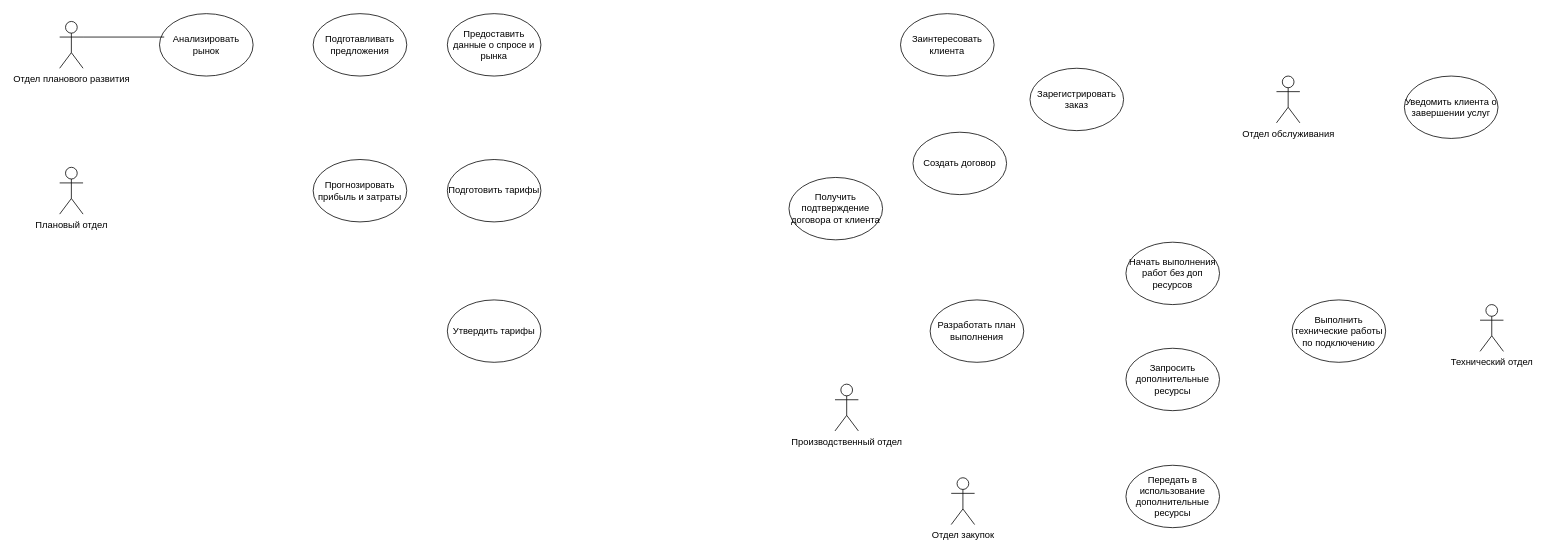
This is tpiwslab2.drawio from Alexander-Bankov/draw, a draw.io file, before an edit. Source tidied: cells renumbered, new cells numbered last; positions are measured from the earlier drawing's top-left corner, leaving out a move shared by most shapes. Both pictures are drawn from the tidied source at 78%, with x=0, y=0 at pixel (59, 13).
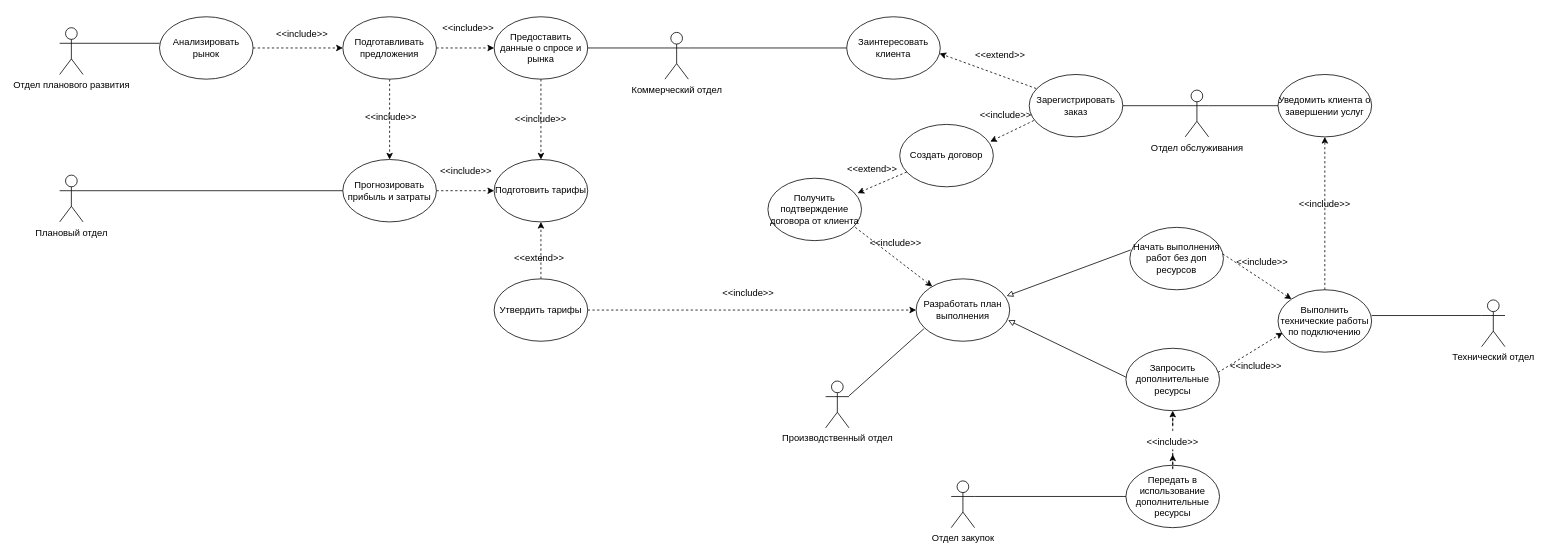
The same diagram, later.

The change refers to these unchanged cells:
```xml
<mxCell id="22" value="Запросить дополнительные ресурсы" style="ellipse;whiteSpace=wrap;html=1;" parent="1" vertex="1">
  <mxGeometry x="1367" y="429" width="120" height="80" as="geometry" />
</mxCell>
<mxCell id="23" value="Передать в использование дополнительные ресурсы" style="ellipse;whiteSpace=wrap;html=1;" parent="1" vertex="1">
  <mxGeometry x="1367" y="579" width="120" height="80" as="geometry" />
</mxCell>
```

Diff of the diagram source:
```diff
@@
     <mxCell id="2" value="Отдел планового развития" style="shape=umlActor;verticalLabelPosition=bottom;verticalAlign=top;html=1;strokeColor=default;labelPosition=center;align=center;" parent="1" vertex="1">
-      <mxGeometry y="10" width="30" height="60" as="geometry" />
+      <mxGeometry y="18" width="30" height="60" as="geometry" />
     </mxCell>
     <mxCell id="3" value="Плановый отдел&lt;div&gt;&lt;br&gt;&lt;/div&gt;" style="shape=umlActor;verticalLabelPosition=bottom;verticalAlign=top;html=1;" parent="1" vertex="1">
-      <mxGeometry y="197" width="30" height="60" as="geometry" />
+      <mxGeometry y="207" width="30" height="60" as="geometry" />
     </mxCell>
     <mxCell id="4" value="Производственный отдел" style="shape=umlActor;verticalLabelPosition=bottom;verticalAlign=top;html=1;" parent="1" vertex="1">
-      <mxGeometry x="994" y="475" width="30" height="60" as="geometry" />
+      <mxGeometry x="982" y="471" width="30" height="60" as="geometry" />
     </mxCell>
+    <mxCell id="25" style="edgeStyle=orthogonalEdgeStyle;rounded=0;jettySize=auto;html=1;exitX=1;exitY=0.5;exitDx=0;exitDy=0;entryX=0;entryY=0.5;entryDx=0;entryDy=0;endArrow=classic;startFill=0;endFill=1;dashed=1;" parent="1" edge="1" source="5" target="6">
+      <mxGeometry relative="1" as="geometry" />
+    </mxCell>
     <mxCell id="5" value="Анализировать рынок" style="ellipse;whiteSpace=wrap;html=1;" parent="1" vertex="1">
-      <mxGeometry x="128" width="120" height="80" as="geometry" />
+      <mxGeometry x="128" y="4" width="120" height="80" as="geometry" />
     </mxCell>
+    <mxCell id="26" style="edgeStyle=orthogonalEdgeStyle;rounded=0;jettySize=auto;html=1;exitX=1;exitY=0.5;exitDx=0;exitDy=0;entryX=0;entryY=0.5;entryDx=0;entryDy=0;endArrow=classic;startFill=0;dashed=1;endFill=1;" parent="1" edge="1" source="6" target="7">
+      <mxGeometry relative="1" as="geometry" />
+    </mxCell>
+    <mxCell id="27" style="edgeStyle=orthogonalEdgeStyle;rounded=0;jettySize=auto;html=1;exitX=0.5;exitY=1;exitDx=0;exitDy=0;entryX=0.5;entryY=0;entryDx=0;entryDy=0;dashed=1;" parent="1" edge="1" source="6" target="8">
+      <mxGeometry relative="1" as="geometry" />
+    </mxCell>
     <mxCell id="6" value="Подготавливать предложения" style="ellipse;whiteSpace=wrap;html=1;" parent="1" vertex="1">
-      <mxGeometry x="325" width="120" height="80" as="geometry" />
+      <mxGeometry x="363" y="4" width="120" height="80" as="geometry" />
     </mxCell>
+    <mxCell id="28" style="edgeStyle=orthogonalEdgeStyle;rounded=0;jettySize=auto;html=1;exitX=0.5;exitY=1;exitDx=0;exitDy=0;entryX=0.5;entryY=0;entryDx=0;entryDy=0;dashed=1;" parent="1" edge="1" source="7" target="9">
+      <mxGeometry relative="1" as="geometry" />
+    </mxCell>
     <mxCell id="7" value="Предоставить данные о спросе и рынка" style="ellipse;whiteSpace=wrap;html=1;" parent="1" vertex="1">
-      <mxGeometry x="497" width="120" height="80" as="geometry" />
+      <mxGeometry x="557" y="4" width="120" height="80" as="geometry" />
     </mxCell>
+    <mxCell id="29" style="edgeStyle=orthogonalEdgeStyle;rounded=0;jettySize=auto;html=1;exitX=1;exitY=0.5;exitDx=0;exitDy=0;dashed=1;" parent="1" edge="1" source="8" target="9">
+      <mxGeometry relative="1" as="geometry" />
+    </mxCell>
     <mxCell id="8" value="Прогнозировать прибыль и затраты" style="ellipse;whiteSpace=wrap;html=1;" parent="1" vertex="1">
-      <mxGeometry x="325" y="187" width="120" height="80" as="geometry" />
+      <mxGeometry x="363" y="187" width="120" height="80" as="geometry" />
     </mxCell>
     <mxCell id="9" value="Подготовить тарифы" style="ellipse;whiteSpace=wrap;html=1;" parent="1" vertex="1">
-      <mxGeometry x="497" y="187" width="120" height="80" as="geometry" />
+      <mxGeometry x="557" y="187" width="120" height="80" as="geometry" />
     </mxCell>
+    <mxCell id="30" style="edgeStyle=orthogonalEdgeStyle;rounded=0;jettySize=auto;html=1;exitX=0.5;exitY=0;exitDx=0;exitDy=0;entryX=0.5;entryY=1;entryDx=0;entryDy=0;dashed=1;" parent="1" edge="1" source="10" target="9">
+      <mxGeometry relative="1" as="geometry" />
+    </mxCell>
+    <mxCell id="31" style="edgeStyle=orthogonalEdgeStyle;rounded=0;jettySize=auto;html=1;exitX=1;exitY=0.5;exitDx=0;exitDy=0;entryX=0;entryY=0.5;entryDx=0;entryDy=0;dashed=1;" parent="1" edge="1" source="10" target="20">
+      <mxGeometry relative="1" as="geometry" />
+    </mxCell>
     <mxCell id="10" value="Утвердить тарифы" style="ellipse;whiteSpace=wrap;html=1;" parent="1" vertex="1">
-      <mxGeometry x="497" y="367" width="120" height="80" as="geometry" />
+      <mxGeometry x="557" y="340" width="120" height="80" as="geometry" />
     </mxCell>
-    <mxCell id="11" style="edgeStyle=orthogonalEdgeStyle;rounded=0;jettySize=auto;html=1;exitX=1;exitY=0.3333333333333333;exitDx=0;exitDy=0;exitPerimeter=0;entryX=0.05;entryY=0.375;entryDx=0;entryDy=0;entryPerimeter=0;endArrow=none;startFill=0;" parent="1" edge="1" source="2" target="5">
-      <mxGeometry relative="1" as="geometry" />
-    </mxCell>
     <mxCell id="12" value="Заинтересовать клиента" style="ellipse;whiteSpace=wrap;html=1;" parent="1" vertex="1">
-      <mxGeometry x="1078" width="120" height="80" as="geometry" />
+      <mxGeometry x="1009" y="4" width="120" height="80" as="geometry" />
     </mxCell>
     <mxCell id="13" value="Зарегистрировать заказ" style="ellipse;whiteSpace=wrap;html=1;" parent="1" vertex="1">
-      <mxGeometry x="1244" y="70" width="120" height="80" as="geometry" />
+      <mxGeometry x="1243" y="78" width="120" height="80" as="geometry" />
     </mxCell>
     <mxCell id="14" value="Создать договор" style="ellipse;whiteSpace=wrap;html=1;" parent="1" vertex="1">
-      <mxGeometry x="1094" y="152" width="120" height="80" as="geometry" />
+      <mxGeometry x="1077" y="142" width="120" height="80" as="geometry" />
     </mxCell>
     <mxCell id="15" value="Получить подтверждение договора от клиента" style="ellipse;whiteSpace=wrap;html=1;" parent="1" vertex="1">
-      <mxGeometry x="935" y="210" width="120" height="80" as="geometry" />
+      <mxGeometry x="908" y="211" width="120" height="80" as="geometry" />
     </mxCell>
+    <mxCell id="32" style="edgeStyle=orthogonalEdgeStyle;rounded=0;jettySize=auto;html=1;exitX=1;exitY=0.3333333333333333;exitDx=0;exitDy=0;exitPerimeter=0;entryX=0;entryY=0.5;entryDx=0;entryDy=0;endArrow=none;startFill=0;" parent="1" edge="1" source="16" target="17">
+      <mxGeometry relative="1" as="geometry" />
+    </mxCell>
     <mxCell id="16" value="Отдел обслуживания" style="shape=umlActor;verticalLabelPosition=bottom;verticalAlign=top;html=1;" parent="1" vertex="1">
-      <mxGeometry x="1560" y="80" width="30" height="60" as="geometry" />
+      <mxGeometry x="1443" y="98" width="30" height="60" as="geometry" />
     </mxCell>
     <mxCell id="17" value="Уведомить клиента о завершении услуг" style="ellipse;whiteSpace=wrap;html=1;" parent="1" vertex="1">
-      <mxGeometry x="1724" y="80" width="120" height="80" as="geometry" />
+      <mxGeometry x="1562" y="78" width="120" height="80" as="geometry" />
     </mxCell>
     <mxCell id="18" value="Отдел закупок" style="shape=umlActor;verticalLabelPosition=bottom;verticalAlign=top;html=1;" parent="1" vertex="1">
-      <mxGeometry x="1143" y="595" width="30" height="60" as="geometry" />
+      <mxGeometry x="1143" y="599" width="30" height="60" as="geometry" />
     </mxCell>
     <mxCell id="19" value="Технический отдел" style="shape=umlActor;verticalLabelPosition=bottom;verticalAlign=top;html=1;" parent="1" vertex="1">
-      <mxGeometry x="1821" y="373" width="30" height="60" as="geometry" />
+      <mxGeometry x="1823" y="367" width="30" height="60" as="geometry" />
     </mxCell>
     <mxCell id="20" value="Разработать план выполнения" style="ellipse;whiteSpace=wrap;html=1;" parent="1" vertex="1">
-      <mxGeometry x="1116" y="367" width="120" height="80" as="geometry" />
+      <mxGeometry x="1098" y="340" width="120" height="80" as="geometry" />
     </mxCell>
     <mxCell id="21" value="Начать выполнения работ без доп ресурсов" style="ellipse;whiteSpace=wrap;html=1;" parent="1" vertex="1">
-      <mxGeometry x="1367" y="293" width="120" height="80" as="geometry" />
+      <mxGeometry x="1372" y="274" width="120" height="80" as="geometry" />
     </mxCell>
@@
+    <mxCell id="33" style="edgeStyle=orthogonalEdgeStyle;rounded=0;jettySize=auto;html=1;entryX=0.5;entryY=1;entryDx=0;entryDy=0;dashed=1;" parent="1" edge="1" source="61" target="22">
+      <mxGeometry relative="1" as="geometry" />
+    </mxCell>
@@
+    <mxCell id="34" style="edgeStyle=orthogonalEdgeStyle;rounded=0;jettySize=auto;html=1;entryX=0.5;entryY=1;entryDx=0;entryDy=0;dashed=1;" parent="1" edge="1" source="24" target="17">
+      <mxGeometry relative="1" as="geometry" />
+    </mxCell>
     <mxCell id="24" value="Выполнить технические работы по подключению" style="ellipse;whiteSpace=wrap;html=1;" parent="1" vertex="1">
-      <mxGeometry x="1580" y="367" width="120" height="80" as="geometry" />
+      <mxGeometry x="1562" y="354" width="120" height="80" as="geometry" />
     </mxCell>
+    <mxCell id="11" style="edgeStyle=orthogonalEdgeStyle;rounded=0;jettySize=auto;html=1;exitX=1;exitY=0.3333333333333333;exitDx=0;exitDy=0;exitPerimeter=0;entryX=0;entryY=0.425;entryDx=0;entryDy=0;entryPerimeter=0;endArrow=none;startFill=0;" parent="1" edge="1" source="2" target="5">
+      <mxGeometry relative="1" as="geometry" />
+    </mxCell>
+    <mxCell id="35" value="&amp;lt;&amp;lt;include&amp;gt;&amp;gt;" style="text;html=1;align=center;verticalAlign=middle;whiteSpace=wrap;rounded=0;" parent="1" vertex="1">
+      <mxGeometry x="281" y="11" width="60" height="30" as="geometry" />
+    </mxCell>
+    <mxCell id="36" value="&amp;lt;&amp;lt;include&amp;gt;&amp;gt;" style="text;html=1;align=center;verticalAlign=middle;whiteSpace=wrap;rounded=0;" parent="1" vertex="1">
+      <mxGeometry x="494" y="4" width="60" height="30" as="geometry" />
+    </mxCell>
+    <mxCell id="37" value="&amp;lt;&amp;lt;include&amp;gt;&amp;gt;" style="text;html=1;align=center;verticalAlign=middle;whiteSpace=wrap;rounded=0;" parent="1" vertex="1">
+      <mxGeometry x="395" y="118" width="60" height="30" as="geometry" />
+    </mxCell>
+    <mxCell id="38" style="edgeStyle=orthogonalEdgeStyle;rounded=0;jettySize=auto;html=1;exitX=0;exitY=0.5;exitDx=0;exitDy=0;entryX=1;entryY=0.3333333333333333;entryDx=0;entryDy=0;entryPerimeter=0;endArrow=none;startFill=0;" parent="1" edge="1" source="8" target="3">
+      <mxGeometry relative="1" as="geometry" />
+    </mxCell>
+    <mxCell id="39" value="&amp;lt;&amp;lt;include&amp;gt;&amp;gt;" style="text;html=1;align=center;verticalAlign=middle;whiteSpace=wrap;rounded=0;" parent="1" vertex="1">
+      <mxGeometry x="491" y="187" width="60" height="30" as="geometry" />
+    </mxCell>
+    <mxCell id="40" style="edgeStyle=orthogonalEdgeStyle;rounded=0;jettySize=auto;html=1;exitX=1;exitY=0.3333333333333333;exitDx=0;exitDy=0;exitPerimeter=0;entryX=0;entryY=0.5;entryDx=0;entryDy=0;endArrow=none;startFill=0;" parent="1" edge="1" source="41" target="12">
+      <mxGeometry relative="1" as="geometry" />
+    </mxCell>
+    <mxCell id="41" value="Коммерческий отдел" style="shape=umlActor;verticalLabelPosition=bottom;verticalAlign=top;html=1;" parent="1" vertex="1">
+      <mxGeometry x="776" y="24" width="30" height="60" as="geometry" />
+    </mxCell>
+    <mxCell id="42" style="edgeStyle=orthogonalEdgeStyle;rounded=0;jettySize=auto;html=1;exitX=1;exitY=0.5;exitDx=0;exitDy=0;entryX=0;entryY=0.3333333333333333;entryDx=0;entryDy=0;entryPerimeter=0;endArrow=none;startFill=0;" parent="1" edge="1" source="7" target="41">
+      <mxGeometry relative="1" as="geometry" />
+    </mxCell>
+    <mxCell id="43" value="&amp;lt;&amp;lt;include&amp;gt;&amp;gt;" style="text;html=1;align=center;verticalAlign=middle;whiteSpace=wrap;rounded=0;" parent="1" vertex="1">
+      <mxGeometry x="587" y="120" width="60" height="30" as="geometry" />
+    </mxCell>
+    <mxCell id="44" value="&amp;lt;&amp;lt;extend&amp;gt;&amp;gt;" style="text;html=1;align=center;verticalAlign=middle;whiteSpace=wrap;rounded=0;" parent="1" vertex="1">
+      <mxGeometry x="585" y="299" width="60" height="30" as="geometry" />
+    </mxCell>
+    <mxCell id="45" style="endArrow=classic;html=1;rounded=0;entryX=0.992;entryY=0.588;entryDx=0;entryDy=0;entryPerimeter=0;dashed=1;" parent="1" edge="1" target="12">
+      <mxGeometry relative="1" as="geometry">
+        <mxPoint x="1252" y="96" as="sourcePoint" />
+      </mxGeometry>
+    </mxCell>
+    <mxCell id="46" style="endArrow=classic;html=1;rounded=0;entryX=0.967;entryY=0.275;entryDx=0;entryDy=0;entryPerimeter=0;dashed=1;" parent="1" edge="1" target="14">
+      <mxGeometry relative="1" as="geometry">
+        <mxPoint x="1249" y="137" as="sourcePoint" />
+      </mxGeometry>
+    </mxCell>
+    <mxCell id="47" style="endArrow=classic;html=1;rounded=0;entryX=0.958;entryY=0.238;entryDx=0;entryDy=0;entryPerimeter=0;dashed=1;" parent="1" edge="1" target="15">
+      <mxGeometry relative="1" as="geometry">
+        <mxPoint x="1086" y="203" as="sourcePoint" />
+      </mxGeometry>
+    </mxCell>
+    <mxCell id="48" style="endArrow=classic;html=1;rounded=0;dashed=1;" parent="1" edge="1" target="20">
+      <mxGeometry relative="1" as="geometry">
+        <mxPoint x="1020" y="274" as="sourcePoint" />
+      </mxGeometry>
+    </mxCell>
+    <mxCell id="49" style="endArrow=none;html=1;rounded=0;entryX=0.083;entryY=0.8;entryDx=0;entryDy=0;entryPerimeter=0;endFill=1;startFill=0;" parent="1" edge="1" target="20">
+      <mxGeometry relative="1" as="geometry">
+        <mxPoint x="1012" y="490" as="sourcePoint" />
+      </mxGeometry>
+    </mxCell>
+    <mxCell id="50" value="&amp;lt;&amp;lt;extend&amp;gt;&amp;gt;" style="text;html=1;align=center;verticalAlign=middle;whiteSpace=wrap;rounded=0;" parent="1" vertex="1">
+      <mxGeometry x="1176" y="39" width="60" height="30" as="geometry" />
+    </mxCell>
+    <mxCell id="51" value="&amp;lt;&amp;lt;extend&amp;gt;&amp;gt;" style="text;html=1;align=center;verticalAlign=middle;whiteSpace=wrap;rounded=0;" parent="1" vertex="1">
+      <mxGeometry x="1012" y="185" width="60" height="30" as="geometry" />
+    </mxCell>
+    <mxCell id="52" value="&amp;lt;&amp;lt;include&amp;gt;&amp;gt;" style="text;html=1;align=center;verticalAlign=middle;whiteSpace=wrap;rounded=0;" parent="1" vertex="1">
+      <mxGeometry x="1183" y="115" width="60" height="30" as="geometry" />
+    </mxCell>
+    <mxCell id="53" value="&amp;lt;&amp;lt;include&amp;gt;&amp;gt;" style="text;html=1;align=center;verticalAlign=middle;whiteSpace=wrap;rounded=0;" parent="1" vertex="1">
+      <mxGeometry x="853" y="343" width="60" height="30" as="geometry" />
+    </mxCell>
+    <mxCell id="54" value="&amp;lt;&amp;lt;include&amp;gt;&amp;gt;" style="text;html=1;align=center;verticalAlign=middle;whiteSpace=wrap;rounded=0;" parent="1" vertex="1">
+      <mxGeometry x="1042" y="279" width="60" height="30" as="geometry" />
+    </mxCell>
+    <mxCell id="55" style="edgeStyle=orthogonalEdgeStyle;rounded=0;jettySize=auto;html=1;exitX=1;exitY=0.5;exitDx=0;exitDy=0;entryX=0;entryY=0.3333333333333333;entryDx=0;entryDy=0;entryPerimeter=0;endArrow=none;startFill=0;" parent="1" edge="1" source="13" target="16">
+      <mxGeometry relative="1" as="geometry" />
+    </mxCell>
+    <mxCell id="56" style="edgeStyle=orthogonalEdgeStyle;rounded=0;jettySize=auto;html=1;exitX=0;exitY=0.5;exitDx=0;exitDy=0;entryX=1;entryY=0.3333333333333333;entryDx=0;entryDy=0;entryPerimeter=0;endArrow=none;startFill=0;" parent="1" edge="1" source="23" target="18">
+      <mxGeometry relative="1" as="geometry" />
+    </mxCell>
+    <mxCell id="57" style="edgeStyle=orthogonalEdgeStyle;rounded=0;jettySize=auto;html=1;exitX=0;exitY=0.3333333333333333;exitDx=0;exitDy=0;exitPerimeter=0;entryX=1;entryY=0.413;entryDx=0;entryDy=0;entryPerimeter=0;endArrow=none;startFill=0;" parent="1" edge="1" source="19" target="24">
+      <mxGeometry relative="1" as="geometry" />
+    </mxCell>
+    <mxCell id="58" style="endArrow=block;html=1;rounded=0;entryX=0.967;entryY=0.275;entryDx=0;entryDy=0;entryPerimeter=0;endFill=0;" parent="1" edge="1" target="20">
+      <mxGeometry relative="1" as="geometry">
+        <mxPoint x="1373" y="303" as="sourcePoint" />
+      </mxGeometry>
+    </mxCell>
+    <mxCell id="59" style="endArrow=block;html=1;rounded=0;entryX=0.983;entryY=0.663;entryDx=0;entryDy=0;entryPerimeter=0;endFill=0;" parent="1" edge="1" target="20">
+      <mxGeometry relative="1" as="geometry">
+        <mxPoint x="1367" y="466" as="sourcePoint" />
+      </mxGeometry>
+    </mxCell>
+    <mxCell id="60" style="edgeStyle=orthogonalEdgeStyle;rounded=0;jettySize=auto;html=1;entryX=0.5;entryY=1;entryDx=0;entryDy=0;dashed=1;" parent="1" edge="1" source="23" target="61">
+      <mxGeometry relative="1" as="geometry" />
+    </mxCell>
+    <mxCell id="61" value="&amp;lt;&amp;lt;include&amp;gt;&amp;gt;" style="text;html=1;align=center;verticalAlign=middle;whiteSpace=wrap;rounded=0;" parent="1" vertex="1">
+      <mxGeometry x="1397" y="535" width="60" height="30" as="geometry" />
+    </mxCell>
+    <mxCell id="62" style="endArrow=classic;html=1;rounded=0;dashed=1;" parent="1" edge="1" target="24">
+      <mxGeometry relative="1" as="geometry">
+        <mxPoint x="1491" y="308" as="sourcePoint" />
+      </mxGeometry>
+    </mxCell>
+    <mxCell id="63" style="endArrow=classic;html=1;rounded=0;entryX=0.05;entryY=0.688;entryDx=0;entryDy=0;entryPerimeter=0;dashed=1;" parent="1" edge="1" target="24">
+      <mxGeometry relative="1" as="geometry">
+        <mxPoint x="1485" y="460" as="sourcePoint" />
+      </mxGeometry>
+    </mxCell>
+    <mxCell id="64" value="&amp;lt;&amp;lt;include&amp;gt;&amp;gt;" style="text;html=1;align=center;verticalAlign=middle;whiteSpace=wrap;rounded=0;" parent="1" vertex="1">
+      <mxGeometry x="1592" y="229" width="60" height="30" as="geometry" />
+    </mxCell>
+    <mxCell id="65" value="&amp;lt;&amp;lt;include&amp;gt;&amp;gt;" style="text;html=1;align=center;verticalAlign=middle;whiteSpace=wrap;rounded=0;" parent="1" vertex="1">
+      <mxGeometry x="1512" y="304" width="60" height="30" as="geometry" />
+    </mxCell>
+    <mxCell id="66" value="&amp;lt;&amp;lt;include&amp;gt;&amp;gt;" style="text;html=1;align=center;verticalAlign=middle;whiteSpace=wrap;rounded=0;" parent="1" vertex="1">
+      <mxGeometry x="1504" y="437" width="60" height="30" as="geometry" />
+    </mxCell>
```
